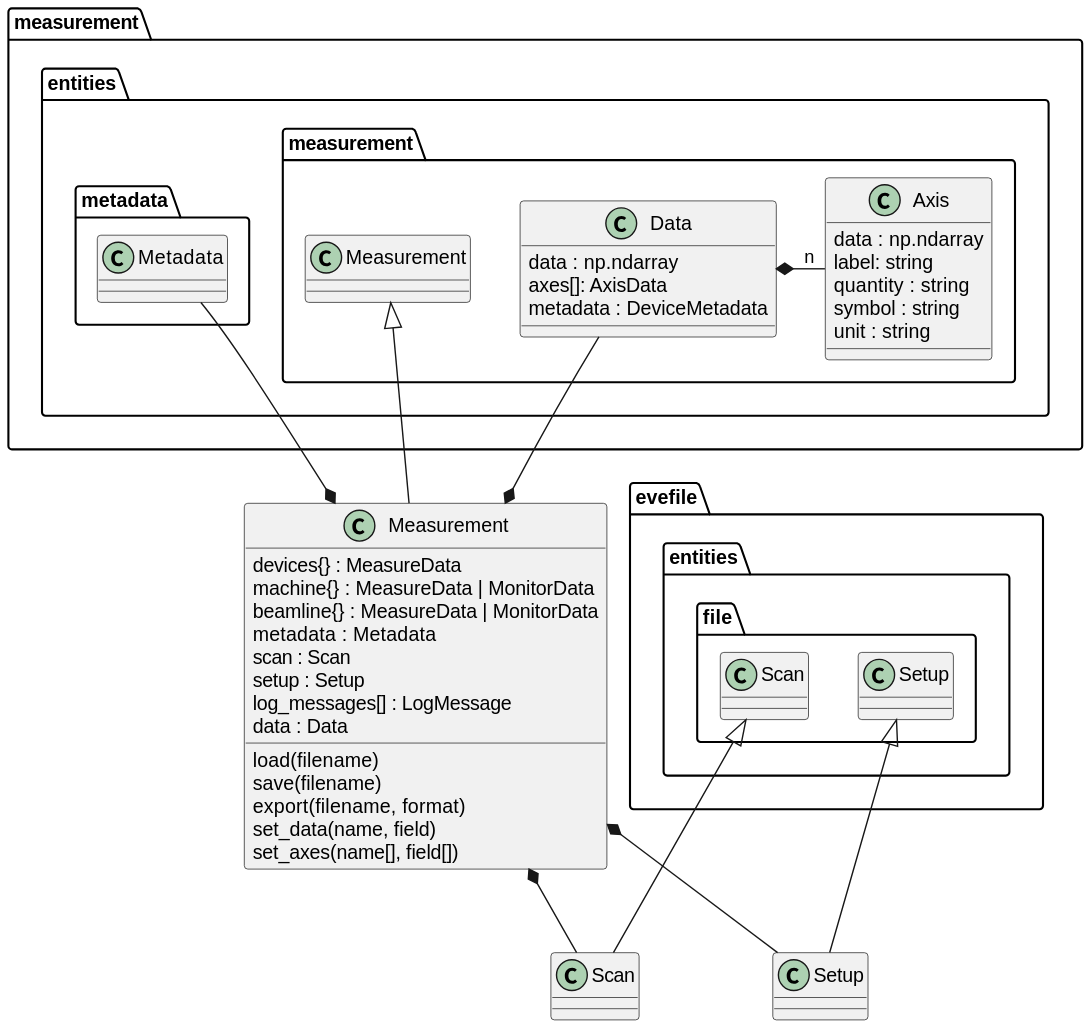
Earlier version of the PlantUML export docs/uml/evedata.measurement.boundaries.measurement.svg (tillbiskup/evedata). Source of this version:
```plantuml
@startuml

class Measurement extends measurement.entities.measurement.Measurement {
    devices{} : MeasureData
    machine{} : MeasureData | MonitorData
    beamline{} : MeasureData | MonitorData
    metadata : Metadata
    scan : Scan
    setup : Setup
    log_messages[] : LogMessage
    data : Data

    load(filename)
    save(filename)
    export(filename, format)
    set_data(name, field)
    set_axes(name[], field[])
}

Measurement *-- measurement.entities.metadata.Metadata
Measurement *-- Scan
Measurement *-- Setup

class evefile.entities.file.Scan {
}

class evefile.entities.file.Setup {
}

class Scan extends evefile.entities.file.Scan

class Setup extends evefile.entities.file.Setup

class measurement.entities.measurement.Data {
    data : np.ndarray
    axes[]: AxisData
    metadata : DeviceMetadata
}

class measurement.entities.measurement.Axis {
    data : np.ndarray
    label: string
    quantity : string
    symbol : string
    unit : string
}

Data *-"n" Axis

Data -* Measurement

measurement.entities.metadata.Metadata -[hidden]-> Measurement

measurement.entities.measurement.Data -[hidden]> Measurement
@enduml
```
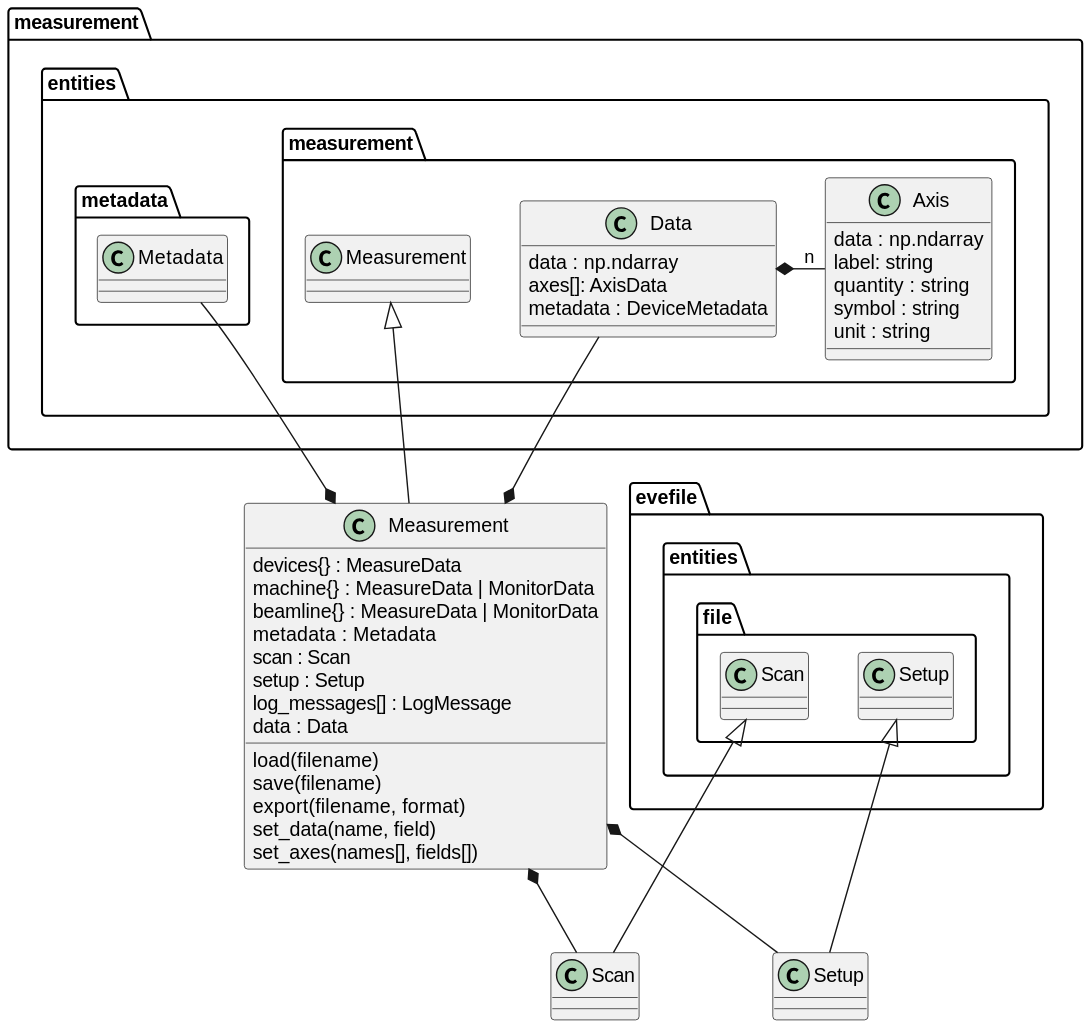
The same file after the commit.

Commit message:
Measurement: set_data, set_axes, get_name

Diff of the diagram source:
```diff
@@ -14,7 +14,7 @@
     save(filename)
     export(filename, format)
     set_data(name, field)
-    set_axes(name[], field[])
+    set_axes(names[], fields[])
 }
 
 Measurement *-- measurement.entities.metadata.Metadata
```
